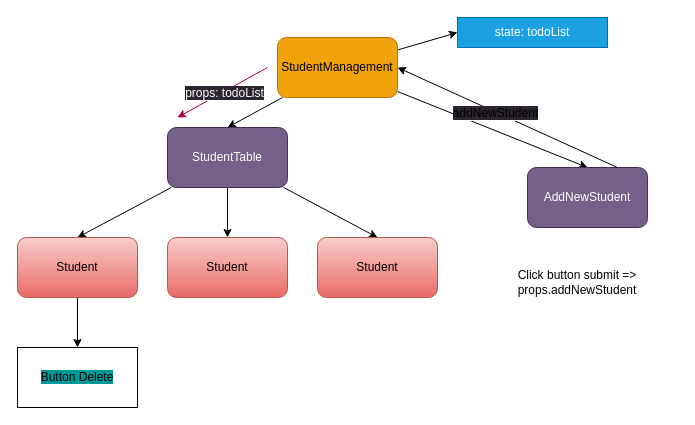
HungTrinhIT/MindX-CIJS-85 keeps this draw.io diagram as lesson05-06-form-state-events/ComponentTree.drawio. Above is the earlier version. Source tidied: cells renumbered, new cells numbered last; positions are measured from the earlier drawing's top-left corner, leaving out a move shared by most shapes. Both pictures are drawn from the tidied source at 100%, with x=0, y=0 at pixel (17, 17).
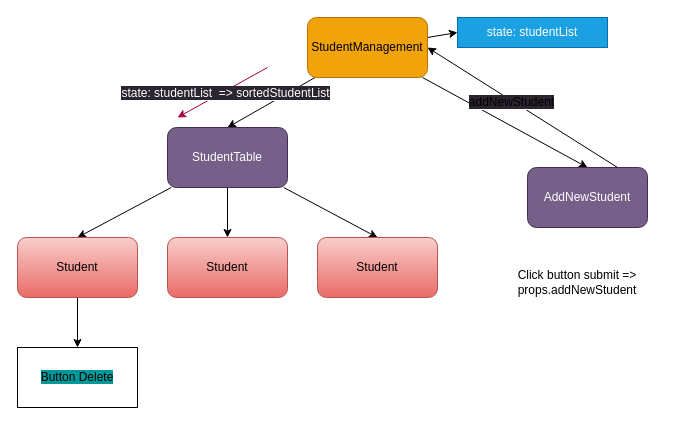
After the change.

The change refers to these unchanged cells:
```xml
<mxCell id="17" style="endArrow=classic;html=1;fillColor=#d80073;strokeColor=#A50040;" parent="1" edge="1">
  <mxGeometry relative="1" as="geometry">
    <mxPoint x="250" y="50" as="sourcePoint" />
    <mxPoint x="160" y="100" as="targetPoint" />
  </mxGeometry>
</mxCell>
```

What changed in the source:
```diff
@@
     <mxCell id="5" value="StudentManagement" style="rounded=1;whiteSpace=wrap;html=1;fillColor=#f0a30a;fontColor=#000000;strokeColor=#BD7000;" parent="1" vertex="1">
-      <mxGeometry x="260" y="20" width="120" height="60" as="geometry" />
+      <mxGeometry x="290" width="120" height="60" as="geometry" />
     </mxCell>
@@
-    <mxCell id="15" value="state: todoList" style="text;html=1;strokeColor=#006EAF;fillColor=#1ba1e2;align=center;verticalAlign=middle;whiteSpace=wrap;rounded=0;fontColor=#ffffff;" parent="1" vertex="1">
+    <mxCell id="15" value="state: studentList" style="text;html=1;strokeColor=#006EAF;fillColor=#1ba1e2;align=center;verticalAlign=middle;whiteSpace=wrap;rounded=0;fontColor=#ffffff;" parent="1" vertex="1">
       <mxGeometry x="440" width="150" height="30" as="geometry" />
     </mxCell>
@@
-    <mxCell id="18" value="&lt;span style=&quot;color: rgb(255, 255, 255); font-size: 12px; background-color: rgb(42, 37, 47);&quot;&gt;props: todoList&lt;/span&gt;" style="edgeLabel;html=1;align=center;verticalAlign=middle;" parent="17" vertex="1">
-      <mxGeometry x="-0.02" y="1" relative="1" as="geometry" />
+    <mxCell id="18" value="&lt;span style=&quot;color: rgb(255, 255, 255); font-size: 12px; background-color: rgb(42, 37, 47);&quot;&gt;state: studentList&amp;nbsp; =&amp;gt;&lt;/span&gt;&lt;span style=&quot;color: rgb(255, 255, 255); font-size: 12px; background-color: rgb(42, 37, 47);&quot;&gt;&amp;nbsp;sortedStudentList&lt;/span&gt;" style="edgeLabel;html=1;align=center;verticalAlign=middle;" parent="17" vertex="1">
+      <mxGeometry x="-0.02" y="1" relative="1" as="geometry">
+        <mxPoint x="1" as="offset" />
+      </mxGeometry>
     </mxCell>
```
